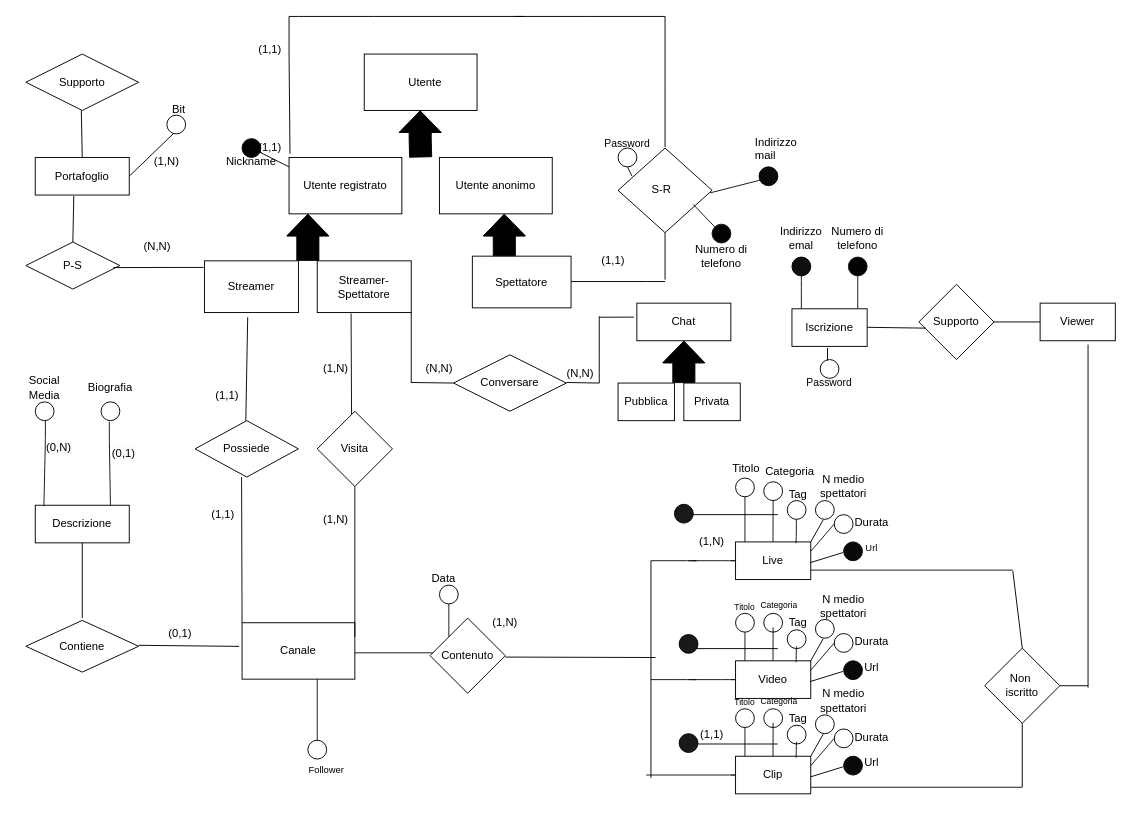
Above: e-r_revised_hypothesis.drawio in Popper002/Streaming-Service-Db-project-unito (draw.io), before the change. Source tidied: cells renumbered, new cells numbered last; positions are measured from the earlier drawing's top-left corner, leaving out a move shared by most shapes. Both pictures are drawn from the tidied source at 94%, with x=0, y=0 at pixel (16, 16).
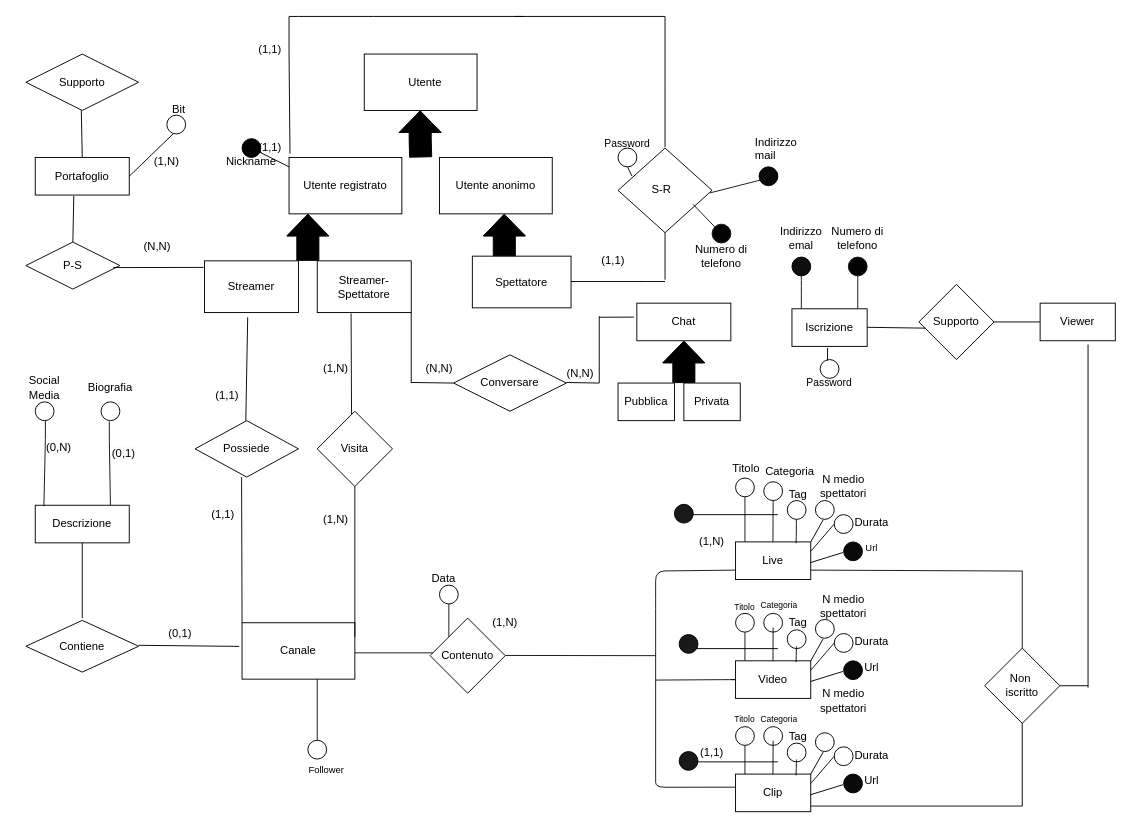
Above is the later version.

Unchanged cells that the change refers to:
```xml
<mxCell id="19" value="Live" style="rounded=0;whiteSpace=wrap;html=1;" parent="1" vertex="1">
  <mxGeometry x="765" y="559" width="80" height="40" as="geometry" />
</mxCell>
<mxCell id="32" style="rhombus;whiteSpace=wrap;html=1;" parent="1" vertex="1">
  <mxGeometry x="1030" y="672" width="80" height="80" as="geometry" />
</mxCell>
```

Change to the diagram source:
```diff
@@
-    <mxCell id="18" style="endArrow=none;html=1;fontColor=default;labelBackgroundColor=default;strokeColor=#121212;strokeWidth=1;" parent="1" edge="1">
-      <mxGeometry relative="1" as="geometry">
-        <mxPoint x="720" y="579" as="sourcePoint" />
-        <mxPoint x="760" y="579" as="targetPoint" />
-        <Array as="points">
-          <mxPoint x="760" y="579" />
-          <mxPoint x="770" y="579" />
-        </Array>
-      </mxGeometry>
-    </mxCell>
@@
     <mxCell id="34" style="endArrow=none;html=1;fontColor=default;labelBackgroundColor=default;strokeColor=#121212;strokeWidth=1;entryX=1;entryY=0.75;entryDx=0;entryDy=0;" parent="1" edge="1" target="19">
       <mxGeometry relative="1" as="geometry">
-        <mxPoint x="1060" y="589" as="sourcePoint" />
+        <mxPoint x="1070" y="590" as="sourcePoint" />
       </mxGeometry>
     </mxCell>
     <mxCell id="35" style="endArrow=none;html=1;fontColor=default;labelBackgroundColor=default;strokeColor=#121212;strokeWidth=1;" parent="1" edge="1">
       <mxGeometry relative="1" as="geometry">
-        <mxPoint x="1070" y="820" as="sourcePoint" />
-        <mxPoint x="845" y="820" as="targetPoint" />
+        <mxPoint x="1070" y="840" as="sourcePoint" />
+        <mxPoint x="845" y="840" as="targetPoint" />
       </mxGeometry>
     </mxCell>
@@
     <mxCell id="127" style="endArrow=none;html=1;fontColor=default;labelBackgroundColor=default;strokeColor=#121212;strokeWidth=1;" parent="1" edge="1">
       <mxGeometry relative="1" as="geometry">
-        <mxPoint x="720" y="705.5" as="sourcePoint" />
+        <mxPoint x="680" y="706" as="sourcePoint" />
         <mxPoint x="760" y="705.5" as="targetPoint" />
         <Array as="points">
           <mxPoint x="760" y="705.5" />
           <mxPoint x="770" y="705.5" />
         </Array>
       </mxGeometry>
     </mxCell>
@@
-    <mxCell id="149" style="endArrow=none;html=1;fontColor=default;labelBackgroundColor=default;strokeColor=#121212;strokeWidth=1;" parent="1" edge="1">
-      <mxGeometry relative="1" as="geometry">
-        <mxPoint x="670" y="807" as="sourcePoint" />
-        <mxPoint x="760" y="807" as="targetPoint" />
-        <Array as="points">
-          <mxPoint x="760" y="807" />
-          <mxPoint x="770" y="807" />
-        </Array>
-      </mxGeometry>
-    </mxCell>
     <mxCell id="150" value="Clip" style="rounded=0;whiteSpace=wrap;html=1;" parent="1" vertex="1">
-      <mxGeometry x="765" y="787" width="80" height="40" as="geometry" />
+      <mxGeometry x="765" y="806" width="80" height="40" as="geometry" />
     </mxCell>
     <mxCell id="151" style="endArrow=none;html=1;fontColor=default;labelBackgroundColor=default;strokeColor=#121212;strokeWidth=1;entryX=0.5;entryY=1;entryDx=0;entryDy=0;" parent="1" edge="1" target="153">
       <mxGeometry relative="1" as="geometry">
-        <mxPoint x="775" y="787" as="sourcePoint" />
+        <mxPoint x="775" y="806" as="sourcePoint" />
       </mxGeometry>
     </mxCell>
     <mxCell id="152" style="endArrow=none;html=1;fontColor=default;labelBackgroundColor=default;strokeColor=#121212;strokeWidth=1;" parent="1" edge="1">
       <mxGeometry relative="1" as="geometry">
-        <mxPoint x="804.8" y="787" as="sourcePoint" />
-        <mxPoint x="805" y="751.5" as="targetPoint" />
+        <mxPoint x="804.8" y="806" as="sourcePoint" />
+        <mxPoint x="805" y="770.5" as="targetPoint" />
       </mxGeometry>
     </mxCell>
     <mxCell id="153" style="ellipse;whiteSpace=wrap;html=1;fillColor=none;strokeColor=#000000;" parent="1" vertex="1">
-      <mxGeometry x="765" y="736.5" width="20" height="20" as="geometry" />
+      <mxGeometry x="765" y="755.5" width="20" height="20" as="geometry" />
     </mxCell>
     <mxCell id="154" value="&lt;font color=&quot;#000000&quot;&gt;Durata&lt;br&gt;&lt;br&gt;&lt;/font&gt;" style="text;html=1;strokeColor=none;fillColor=none;align=left;verticalAlign=middle;whiteSpace=wrap;rounded=0;" parent="1" vertex="1">
-      <mxGeometry x="890" y="773" width="30" as="geometry" />
+      <mxGeometry x="890" y="792" width="30" as="geometry" />
     </mxCell>
     <mxCell id="155" style="endArrow=none;html=1;fontColor=default;labelBackgroundColor=default;strokeColor=#121212;strokeWidth=1;exitX=0.805;exitY=0.036;exitDx=0;exitDy=0;exitPerimeter=0;" parent="1" edge="1" source="150">
       <mxGeometry relative="1" as="geometry">
-        <mxPoint x="830" y="771.5" as="targetPoint" />
+        <mxPoint x="830" y="790.5" as="targetPoint" />
         <Array as="points">
-          <mxPoint x="829.7" y="774" />
+          <mxPoint x="829.7" y="793" />
         </Array>
       </mxGeometry>
     </mxCell>
     <mxCell id="156" style="ellipse;whiteSpace=wrap;html=1;fillColor=none;strokeColor=#000000;" parent="1" vertex="1">
-      <mxGeometry x="820" y="754" width="20" height="20" as="geometry" />
+      <mxGeometry x="820" y="773" width="20" height="20" as="geometry" />
     </mxCell>
     <mxCell id="157" value="&lt;font color=&quot;#000000&quot;&gt;Tag&lt;br&gt;&lt;br&gt;&lt;/font&gt;" style="text;html=1;strokeColor=none;fillColor=none;align=left;verticalAlign=middle;whiteSpace=wrap;rounded=0;" parent="1" vertex="1">
-      <mxGeometry x="820" y="753" width="10" as="geometry" />
+      <mxGeometry x="820" y="772" width="10" as="geometry" />
     </mxCell>
     <mxCell id="158" style="ellipse;whiteSpace=wrap;html=1;fillColor=default;strokeColor=#000000;" parent="1" vertex="1">
-      <mxGeometry x="870" y="758" width="20" height="20" as="geometry" />
+      <mxGeometry x="870" y="777" width="20" height="20" as="geometry" />
     </mxCell>
@@
     <mxCell id="160" value="&lt;font style=&quot;font-size: 9px;&quot; color=&quot;#000000&quot;&gt;Categoria&lt;br style=&quot;font-size: 9px;&quot;&gt;&lt;br&gt;&lt;/font&gt;" style="text;html=1;strokeColor=none;fillColor=none;align=left;verticalAlign=middle;whiteSpace=wrap;rounded=0;" parent="1" vertex="1">
-      <mxGeometry x="790" y="733" width="10" height="3.5" as="geometry" />
+      <mxGeometry x="790" y="752" width="10" height="3.5" as="geometry" />
     </mxCell>
     <mxCell id="161" style="endArrow=none;html=1;rounded=0;entryX=0.414;entryY=1.024;entryDx=0;entryDy=0;entryPerimeter=0;" parent="1" edge="1" target="162">
       <mxGeometry relative="1" as="geometry">
-        <mxPoint x="845" y="787" as="sourcePoint" />
+        <mxPoint x="845" y="806" as="sourcePoint" />
       </mxGeometry>
     </mxCell>
     <mxCell id="162" style="ellipse;whiteSpace=wrap;html=1;fillColor=default;strokeColor=#000000;" parent="1" vertex="1">
-      <mxGeometry x="850" y="743" width="20" height="20" as="geometry" />
+      <mxGeometry x="850" y="762" width="20" height="20" as="geometry" />
     </mxCell>
@@
     <mxCell id="164" value="(1,1)" style="text;html=1;strokeColor=none;fillColor=none;align=center;verticalAlign=middle;whiteSpace=wrap;rounded=0;" parent="1" vertex="1">
-      <mxGeometry x="710" y="749" width="60" height="30" as="geometry" />
+      <mxGeometry x="710" y="768" width="60" height="30" as="geometry" />
     </mxCell>
     <mxCell id="165" style="endArrow=none;html=1;rounded=0;" parent="1" edge="1">
       <mxGeometry relative="1" as="geometry">
-        <mxPoint x="710" y="774" as="sourcePoint" />
-        <mxPoint x="810" y="774" as="targetPoint" />
+        <mxPoint x="710" y="793" as="sourcePoint" />
+        <mxPoint x="810" y="793" as="targetPoint" />
       </mxGeometry>
     </mxCell>
     <mxCell id="166" style="ellipse;whiteSpace=wrap;html=1;fillColor=#0A0A0A;strokeColor=#000000;" parent="1" vertex="1">
-      <mxGeometry x="880" y="787" width="20" height="20" as="geometry" />
+      <mxGeometry x="880" y="806" width="20" height="20" as="geometry" />
     </mxCell>
@@
     <mxCell id="168" style="ellipse;whiteSpace=wrap;html=1;fillColor=none;strokeColor=#000000;" parent="1" vertex="1">
-      <mxGeometry x="795" y="736.5" width="20" height="20" as="geometry" />
+      <mxGeometry x="795" y="755.5" width="20" height="20" as="geometry" />
     </mxCell>
     <mxCell id="169" value="&lt;font style=&quot;font-size: 9px;&quot;&gt;Titolo&lt;/font&gt;" style="text;html=1;strokeColor=none;fillColor=none;align=center;verticalAlign=middle;whiteSpace=wrap;rounded=0;" parent="1" vertex="1">
-      <mxGeometry x="745" y="714" width="60" height="30" as="geometry" />
+      <mxGeometry x="745" y="732" width="60" height="30" as="geometry" />
     </mxCell>
     <mxCell id="170" value="Url" style="text;html=1;strokeColor=none;fillColor=none;align=center;verticalAlign=middle;whiteSpace=wrap;rounded=0;" parent="1" vertex="1">
-      <mxGeometry x="880" y="779" width="60" height="30" as="geometry" />
+      <mxGeometry x="880" y="798" width="60" height="30" as="geometry" />
     </mxCell>
     <mxCell id="171" style="endArrow=none;html=1;rounded=0;entryX=0.5;entryY=1;entryDx=0;entryDy=0;" parent="1" edge="1" target="32">
       <mxGeometry relative="1" as="geometry">
-        <mxPoint x="1070" y="820" as="sourcePoint" />
+        <mxPoint x="1070" y="840" as="sourcePoint" />
       </mxGeometry>
     </mxCell>
-    <mxCell id="172" style="endArrow=none;html=1;rounded=0;" parent="1" edge="1">
-      <mxGeometry relative="1" as="geometry">
-        <mxPoint x="520" y="681.5" as="sourcePoint" />
-        <mxPoint x="680" y="682" as="targetPoint" />
-      </mxGeometry>
-    </mxCell>
-    <mxCell id="173" style="endArrow=none;html=1;rounded=0;" parent="1" edge="1">
-      <mxGeometry relative="1" as="geometry">
-        <mxPoint x="675" y="681.5" as="sourcePoint" />
-        <mxPoint x="675" y="579" as="targetPoint" />
-      </mxGeometry>
-    </mxCell>
-    <mxCell id="174" style="endArrow=none;html=1;fontColor=default;labelBackgroundColor=default;strokeColor=#121212;strokeWidth=1;" parent="1" edge="1">
-      <mxGeometry relative="1" as="geometry">
-        <mxPoint x="675" y="579" as="sourcePoint" />
-        <mxPoint x="715" y="579" as="targetPoint" />
-        <Array as="points">
-          <mxPoint x="715" y="579" />
-          <mxPoint x="725" y="579" />
-        </Array>
-      </mxGeometry>
-    </mxCell>
-    <mxCell id="175" style="endArrow=none;html=1;fontColor=default;labelBackgroundColor=default;strokeColor=#121212;strokeWidth=1;" parent="1" edge="1">
-      <mxGeometry relative="1" as="geometry">
-        <mxPoint x="675" y="705.5" as="sourcePoint" />
-        <mxPoint x="715" y="705.5" as="targetPoint" />
-        <Array as="points">
-          <mxPoint x="715" y="705.5" />
-          <mxPoint x="725" y="705.5" />
-        </Array>
-      </mxGeometry>
-    </mxCell>
-    <mxCell id="176" style="endArrow=none;html=1;rounded=0;" parent="1" edge="1">
-      <mxGeometry relative="1" as="geometry">
-        <mxPoint x="675" y="810" as="sourcePoint" />
-        <mxPoint x="675" y="682.5" as="targetPoint" />
-      </mxGeometry>
-    </mxCell>
     <mxCell id="177" style="ellipse;whiteSpace=wrap;html=1;fillColor=#191919;strokeColor=#000000;" parent="1" vertex="1">
-      <mxGeometry x="705" y="763" width="20" height="20" as="geometry" />
+      <mxGeometry x="705" y="782" width="20" height="20" as="geometry" />
     </mxCell>
@@
-    <mxCell id="187" style="endArrow=none;html=1;rounded=0;exitX=0.5;exitY=0;exitDx=0;exitDy=0;" parent="1" edge="1" source="32">
-      <mxGeometry relative="1" as="geometry">
-        <mxPoint x="1060" y="590" as="targetPoint" />
-      </mxGeometry>
-    </mxCell>
@@
+    <mxCell id="192" style="endArrow=none;html=1;fontColor=default;labelBackgroundColor=default;strokeColor=#121212;strokeWidth=1;exitX=0.5;exitY=0;exitDx=0;exitDy=0;" parent="1" edge="1" source="32">
+      <mxGeometry relative="1" as="geometry">
+        <mxPoint x="1070" y="590" as="targetPoint" />
+      </mxGeometry>
+    </mxCell>
+    <mxCell id="193" style="endArrow=none;html=1;fontColor=default;labelBackgroundColor=default;strokeColor=#121212;strokeWidth=1;entryX=1;entryY=0.75;entryDx=0;entryDy=0;" parent="1" edge="1">
+      <mxGeometry relative="1" as="geometry">
+        <mxPoint x="680" y="680" as="sourcePoint" />
+        <mxPoint x="520" y="679.8" as="targetPoint" />
+      </mxGeometry>
+    </mxCell>
+    <mxCell id="194" style="endArrow=none;html=1;fontColor=default;labelBackgroundColor=default;strokeColor=#121212;strokeWidth=1;exitX=0;exitY=0.75;exitDx=0;exitDy=0;entryX=0.001;entryY=0.348;entryDx=0;entryDy=0;entryPerimeter=0;" parent="1" edge="1" source="19" target="150">
+      <mxGeometry relative="1" as="geometry">
+        <Array as="points">
+          <mxPoint x="680" y="590" />
+          <mxPoint x="680" y="620" />
+          <mxPoint x="680" y="800" />
+          <mxPoint x="680" y="820" />
+        </Array>
+      </mxGeometry>
+    </mxCell>
```
